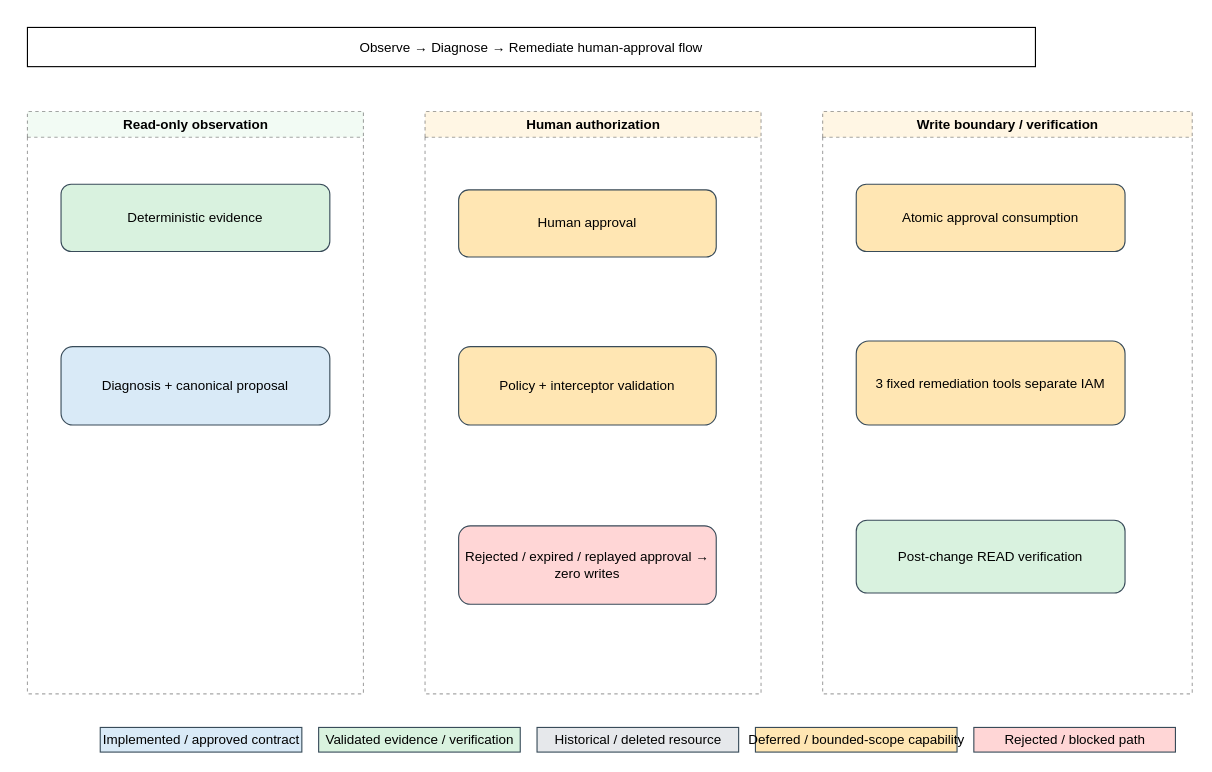
Before: docs/diagrams/05-observe-diagnose-remediate-approval-flow.drawio in omr19/agentic-aws-network-ops, a draw.io diagram. Source tidied: cells renumbered, new cells numbered last; positions are measured from the earlier drawing's top-left corner, leaving out a move shared by most shapes. Both pictures are drawn from the tidied source at 112%, with x=0, y=0 at pixel (27, 27). Pictures stored in the file or linked from it are replaced by grey dashed boxes.
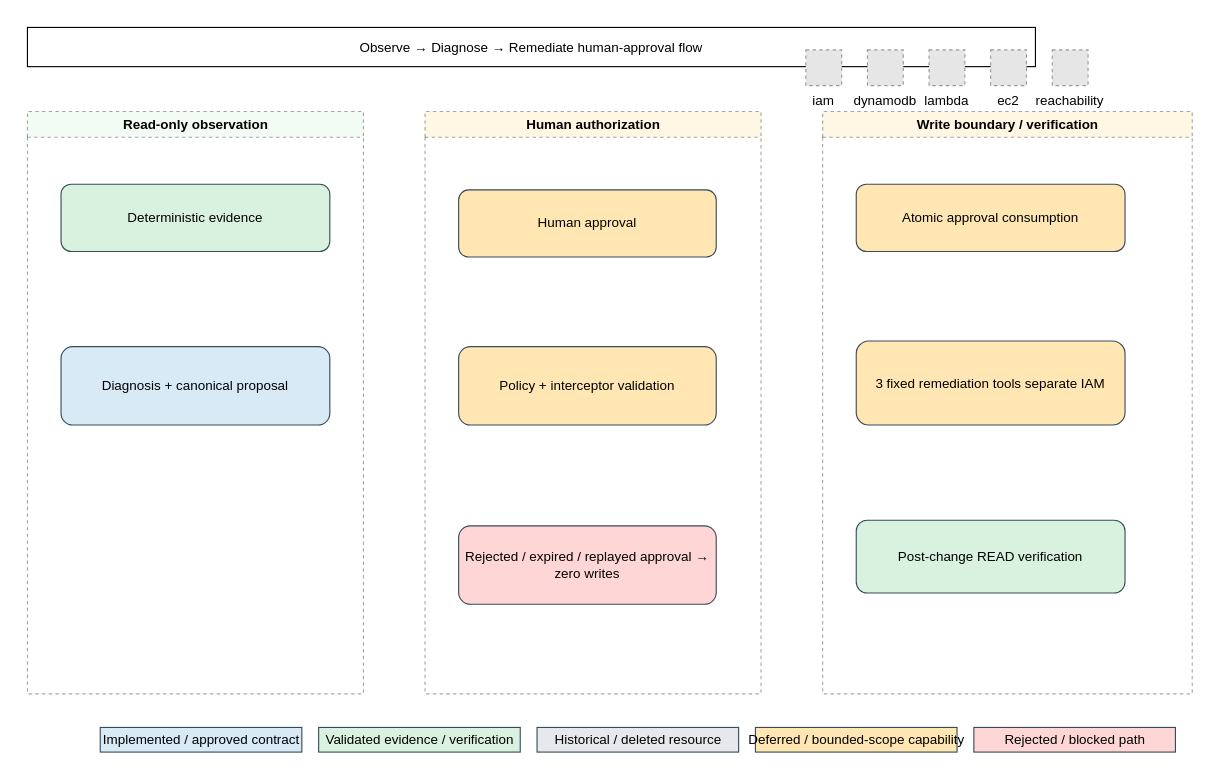
The same diagram, later.

Commit message (it also covers changes not shown here):
Enhance Phase 12 diagrams with official AWS icons and flow guidance

The edit, as a diff of the source:
```diff
@@
+    <mxCell id="26" value="iam" style="fillColor=#E6E6E6;strokeColor=#999999;dashed=1;verticalLabelPosition=bottom;verticalAlign=top;" parent="1" vertex="1">
+      <mxGeometry x="695" y="20" width="32" height="32" as="geometry" />
+    </mxCell>
+    <mxCell id="27" value="dynamodb" style="fillColor=#E6E6E6;strokeColor=#999999;dashed=1;verticalLabelPosition=bottom;verticalAlign=top;" parent="1" vertex="1">
+      <mxGeometry x="750" y="20" width="32" height="32" as="geometry" />
+    </mxCell>
+    <mxCell id="28" value="lambda" style="fillColor=#E6E6E6;strokeColor=#999999;dashed=1;verticalLabelPosition=bottom;verticalAlign=top;" parent="1" vertex="1">
+      <mxGeometry x="805" y="20" width="32" height="32" as="geometry" />
+    </mxCell>
+    <mxCell id="29" value="ec2" style="fillColor=#E6E6E6;strokeColor=#999999;dashed=1;verticalLabelPosition=bottom;verticalAlign=top;" parent="1" vertex="1">
+      <mxGeometry x="860" y="20" width="32" height="32" as="geometry" />
+    </mxCell>
+    <mxCell id="30" value="reachability" style="fillColor=#E6E6E6;strokeColor=#999999;dashed=1;verticalLabelPosition=bottom;verticalAlign=top;" parent="1" vertex="1">
+      <mxGeometry x="915" y="20" width="32" height="32" as="geometry" />
+    </mxCell>
```
